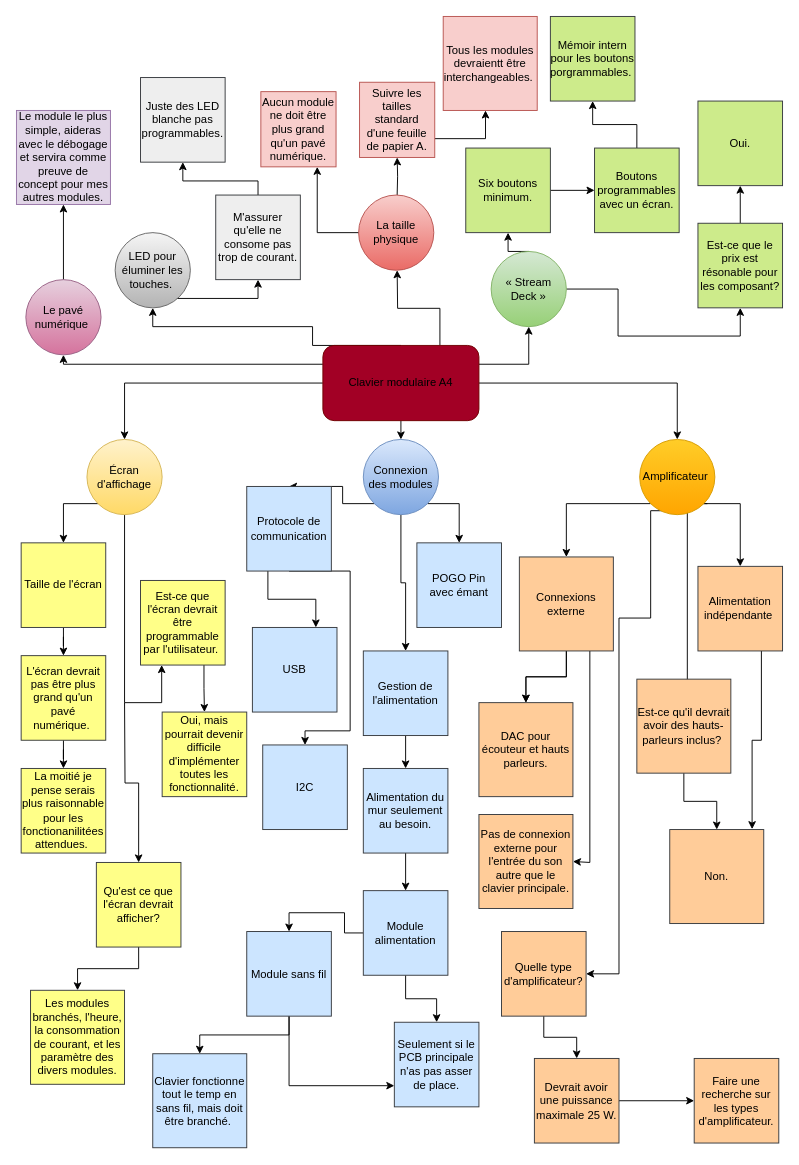
Before: A4.drawio in McJorts/Devoir, a draw.io diagram. Source tidied: cells renumbered, new cells numbered last; positions are measured from the earlier drawing's top-left corner, leaving out a move shared by most shapes. Both pictures are drawn from the tidied source at 94%, with x=0, y=0 at pixel (16, 16).
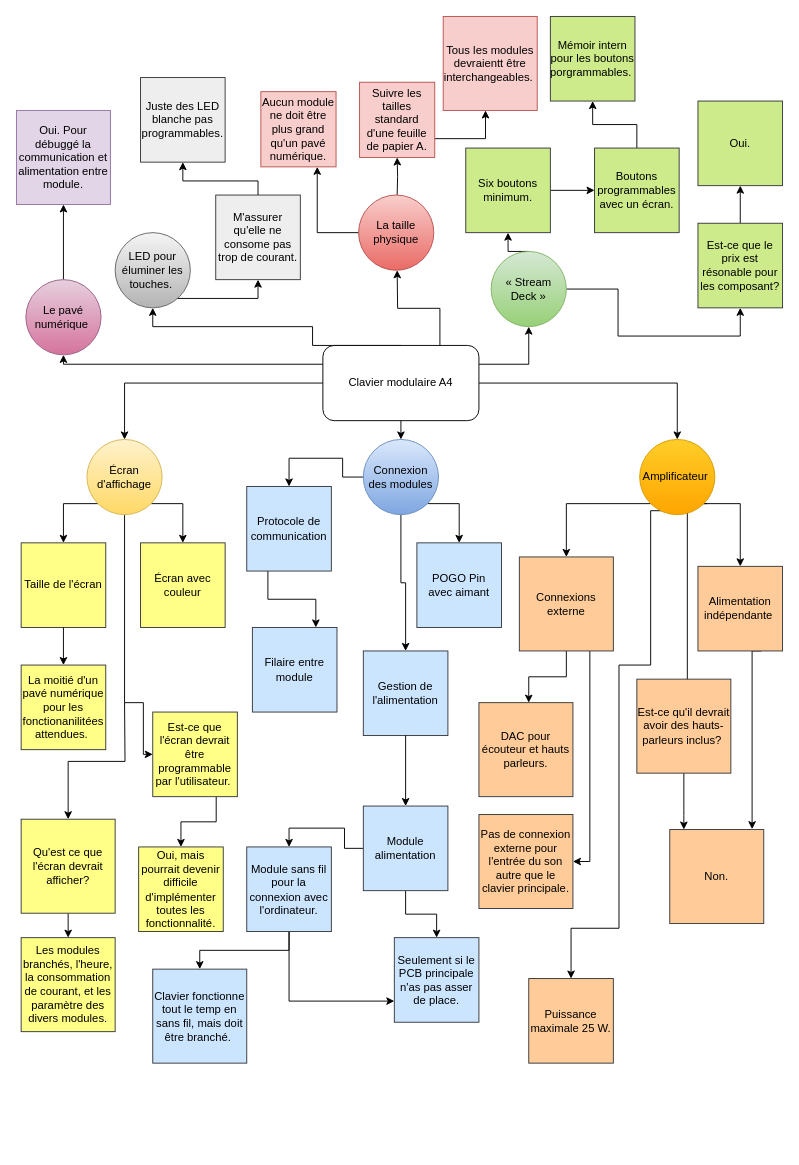
Above is the later version.

Commit message:
Mettre à jour A4.drawio

The change refers to these unchanged cells:
```xml
<mxCell id="4" value="Écran d'affichage" style="ellipse;whiteSpace=wrap;html=1;shapeInside=1;fillColor=#fff2cc;strokeColor=#d6b656;gradientColor=#ffd966;" parent="1" vertex="1">
  <mxGeometry x="75" y="450" width="80" height="80" as="geometry" />
</mxCell>
<mxCell id="10" value="Connexion des modules" style="ellipse;whiteSpace=wrap;html=1;shapeInside=1;fillColor=#dae8fc;strokeColor=#6c8ebf;gradientColor=#7ea6e0;" parent="1" vertex="1">
  <mxGeometry x="369" y="450" width="80" height="80" as="geometry" />
</mxCell>
<mxCell id="18" value="Amplificateur&amp;nbsp;" style="ellipse;whiteSpace=wrap;html=1;shapeInside=1;fillColor=#ffcd28;strokeColor=#d79b00;gradientColor=#ffa500;" parent="1" vertex="1">
  <mxGeometry x="663" y="450" width="80" height="80" as="geometry" />
</mxCell>
<mxCell id="30" value="&lt;div&gt;&lt;span style=&quot;background-color: transparent; color: light-dark(rgb(0, 0, 0), rgb(255, 255, 255));&quot;&gt;Taille de l'écran&lt;/span&gt;&lt;/div&gt;" style="whiteSpace=wrap;html=1;fillColor=#ffff88;strokeColor=#36393d;" parent="1" vertex="1">
  <mxGeometry x="5" y="560" width="90" height="90" as="geometry" />
</mxCell>
<mxCell id="33" value="Protocole de communication" style="whiteSpace=wrap;html=1;fillColor=#cce5ff;strokeColor=#36393d;" parent="1" vertex="1">
  <mxGeometry x="245" y="500" width="90" height="90" as="geometry" />
</mxCell>
<mxCell id="36" value="Gestion de l'alimentation" style="whiteSpace=wrap;html=1;fillColor=#cce5ff;strokeColor=#36393d;" parent="1" vertex="1">
  <mxGeometry x="369" y="675" width="90" height="90" as="geometry" />
</mxCell>
<mxCell id="40" value="Alimentation indépendante&amp;nbsp;" style="whiteSpace=wrap;html=1;fillColor=#ffcc99;strokeColor=#36393d;" parent="1" vertex="1">
  <mxGeometry x="725" y="585" width="90" height="90" as="geometry" />
</mxCell>
<mxCell id="44" value="Connexions externe" style="whiteSpace=wrap;html=1;fillColor=#ffcc99;strokeColor=#36393d;" parent="1" vertex="1">
  <mxGeometry x="535" y="575" width="100" height="100" as="geometry" />
</mxCell>
<mxCell id="49" value="Est-ce qu'il devrait avoir des hauts-parleurs inclus?&amp;nbsp;" style="whiteSpace=wrap;html=1;fillColor=#ffcc99;strokeColor=#36393d;" parent="1" vertex="1">
  <mxGeometry x="660" y="705" width="100" height="100" as="geometry" />
</mxCell>
<mxCell id="81" value="DAC pour écouteur et hauts parleurs." style="whiteSpace=wrap;html=1;fillColor=#ffcc99;strokeColor=#36393d;" parent="1" vertex="1">
  <mxGeometry x="492" y="730" width="100" height="100" as="geometry" />
</mxCell>
<mxCell id="82" value="Non." style="whiteSpace=wrap;html=1;fillColor=#ffcc99;strokeColor=#36393d;" parent="1" vertex="1">
  <mxGeometry x="695" y="865" width="100" height="100" as="geometry" />
</mxCell>
<mxCell id="83" value="Pas de connexion externe pour l'entrée du son autre que le clavier principale." style="whiteSpace=wrap;html=1;fillColor=#ffcc99;strokeColor=#36393d;" parent="1" vertex="1">
  <mxGeometry x="492" y="849" width="100" height="100" as="geometry" />
</mxCell>
```

What changed in the source:
```diff
@@
-    <mxCell id="3" style="edgeStyle=orthogonalEdgeStyle;rounded=0;jettySize=auto;html=1;exitX=0.5;exitY=1;exitDx=0;exitDy=0;entryX=0.25;entryY=1;entryDx=0;entryDy=0;" parent="1" edge="1" source="4" target="28">
+    <mxCell id="3" style="edgeStyle=orthogonalEdgeStyle;rounded=0;jettySize=auto;html=1;exitX=0.5;exitY=1;exitDx=0;exitDy=0;entryX=0;entryY=0.5;entryDx=0;entryDy=0;" parent="1" edge="1" source="4" target="28">
       <mxGeometry relative="1" as="geometry">
         <Array as="points">
           <mxPoint x="115" y="730" />
-          <mxPoint x="154.5" y="730" />
+          <mxPoint x="135" y="730" />
+          <mxPoint x="135" y="785" />
         </Array>
       </mxGeometry>
     </mxCell>
+    <mxCell id="94" style="edgeStyle=orthogonalEdgeStyle;rounded=0;jettySize=auto;html=1;exitX=1;exitY=1;exitDx=0;exitDy=0;" parent="1" edge="1" source="4" target="95">
+      <mxGeometry relative="1" as="geometry">
+        <Array as="points">
+          <mxPoint x="177" y="518.3" />
+        </Array>
+      </mxGeometry>
+    </mxCell>
@@
     <mxCell id="7" style="edgeStyle=orthogonalEdgeStyle;rounded=0;jettySize=auto;html=1;exitX=0;exitY=1;exitDx=0;exitDy=0;entryX=0.5;entryY=0;entryDx=0;entryDy=0;" parent="1" edge="1" source="10" target="33">
       <mxGeometry relative="1" as="geometry">
         <Array as="points">
-          <mxPoint x="347" y="518.3" />
+          <mxPoint x="380.7" y="490" />
+          <mxPoint x="347" y="490" />
+          <mxPoint x="347" y="470" />
+          <mxPoint x="290" y="470" />
         </Array>
       </mxGeometry>
     </mxCell>
@@
-    <mxCell id="16" style="edgeStyle=orthogonalEdgeStyle;rounded=0;jettySize=auto;html=1;exitX=0.327;exitY=0.948;exitDx=0;exitDy=0;exitPerimeter=0;" parent="1" edge="1" source="18" target="38">
+    <mxCell id="16" style="edgeStyle=orthogonalEdgeStyle;rounded=0;jettySize=auto;html=1;exitX=0.327;exitY=0.948;exitDx=0;exitDy=0;exitPerimeter=0;entryX=0.5;entryY=0;entryDx=0;entryDy=0;" parent="1" edge="1" source="18" target="92">
       <mxGeometry relative="1" as="geometry">
         <Array as="points">
           <mxPoint x="674.7" y="525.8" />
-          <mxPoint x="674.7" y="640" />
-          <mxPoint x="641" y="640" />
+          <mxPoint x="674.7" y="690" />
+          <mxPoint x="641" y="690" />
+          <mxPoint x="641" y="970" />
+          <mxPoint x="590" y="970" />
         </Array>
       </mxGeometry>
     </mxCell>
@@
-    <mxCell id="26" value="&lt;div&gt;&lt;span style=&quot;background-color: transparent; color: light-dark(rgb(0, 0, 0), rgb(255, 255, 255));&quot;&gt;Clavier modulaire A4&lt;/span&gt;&lt;/div&gt;" style="rounded=1;whiteSpace=wrap;html=1;fillColor=#a20025;fontColor=#ffffff;strokeColor=#6F0000;" parent="1" vertex="1">
+    <mxCell id="26" value="&lt;div&gt;&lt;span style=&quot;background-color: transparent; color: light-dark(rgb(0, 0, 0), rgb(255, 255, 255));&quot;&gt;Clavier modulaire A4&lt;/span&gt;&lt;/div&gt;" style="rounded=1;whiteSpace=wrap;html=1;" parent="1" vertex="1">
       <mxGeometry x="326" y="350" width="166" height="80" as="geometry" />
     </mxCell>
@@
     <mxCell id="28" value="&lt;div&gt;&lt;span style=&quot;background-color: transparent; color: light-dark(rgb(0, 0, 0), rgb(255, 255, 255));&quot;&gt;Est-ce que l'écran devrait être programmable par l'utilisateur.&amp;nbsp;&lt;/span&gt;&lt;/div&gt;" style="whiteSpace=wrap;html=1;fillColor=#ffff88;strokeColor=#36393d;" parent="1" vertex="1">
-      <mxGeometry x="132" y="600" width="90" height="90" as="geometry" />
+      <mxGeometry x="145" y="740" width="90" height="90" as="geometry" />
     </mxCell>
-    <mxCell id="29" style="edgeStyle=orthogonalEdgeStyle;rounded=0;jettySize=auto;html=1;" parent="1" edge="1" source="30" target="67">
-      <mxGeometry relative="1" as="geometry" />
-    </mxCell>
@@
-    <mxCell id="32" style="edgeStyle=orthogonalEdgeStyle;rounded=0;jettySize=auto;html=1;exitX=0.5;exitY=1;exitDx=0;exitDy=0;entryX=0.5;entryY=0;entryDx=0;entryDy=0;" parent="1" edge="1" source="33" target="71">
-      <mxGeometry relative="1" as="geometry">
-        <Array as="points">
-          <mxPoint x="355" y="590" />
-          <mxPoint x="355" y="760" />
-          <mxPoint x="307" y="760" />
-        </Array>
-      </mxGeometry>
-    </mxCell>
@@
-    <mxCell id="34" value="POGO Pin&lt;div&gt;avec émant&lt;/div&gt;" style="whiteSpace=wrap;html=1;fillColor=#cce5ff;strokeColor=#36393d;" parent="1" vertex="1">
+    <mxCell id="34" value="POGO Pin&lt;div&gt;avec aimant&lt;/div&gt;" style="whiteSpace=wrap;html=1;fillColor=#cce5ff;strokeColor=#36393d;" parent="1" vertex="1">
       <mxGeometry x="426" y="560" width="90" height="90" as="geometry" />
     </mxCell>
-    <mxCell id="35" style="edgeStyle=orthogonalEdgeStyle;rounded=0;jettySize=auto;html=1;exitX=0.5;exitY=1;exitDx=0;exitDy=0;entryX=0.5;entryY=0;entryDx=0;entryDy=0;" parent="1" edge="1" source="36" target="51">
-      <mxGeometry relative="1" as="geometry" />
-    </mxCell>
@@
-    <mxCell id="37" style="edgeStyle=orthogonalEdgeStyle;rounded=0;jettySize=auto;html=1;" parent="1" edge="1" source="38" target="92">
-      <mxGeometry relative="1" as="geometry" />
-    </mxCell>
-    <mxCell id="38" value="Quelle type d'amplificateur?" style="whiteSpace=wrap;html=1;fillColor=#ffcc99;strokeColor=#36393d;" parent="1" vertex="1">
-      <mxGeometry x="516" y="973.5" width="90" height="90" as="geometry" />
-    </mxCell>
     <mxCell id="39" style="edgeStyle=orthogonalEdgeStyle;rounded=0;jettySize=auto;html=1;exitX=0.75;exitY=1;exitDx=0;exitDy=0;entryX=0.876;entryY=-0.004;entryDx=0;entryDy=0;entryPerimeter=0;" parent="1" edge="1" source="40" target="82">
-      <mxGeometry relative="1" as="geometry" />
+      <mxGeometry relative="1" as="geometry">
+        <Array as="points">
+          <mxPoint x="782.6" y="675" />
+        </Array>
+      </mxGeometry>
     </mxCell>
@@
     <mxCell id="41" style="edgeStyle=orthogonalEdgeStyle;rounded=0;jettySize=auto;html=1;" parent="1" edge="1" source="44" target="81">
-      <mxGeometry relative="1" as="geometry" />
+      <mxGeometry relative="1" as="geometry">
+        <Array as="points">
+          <mxPoint x="585" y="702.5" />
+          <mxPoint x="545" y="702.5" />
+        </Array>
+      </mxGeometry>
     </mxCell>
-    <mxCell id="42" style="edgeStyle=orthogonalEdgeStyle;rounded=0;jettySize=auto;html=1;" parent="1" edge="1" source="44" target="81">
-      <mxGeometry relative="1" as="geometry" />
-    </mxCell>
     <mxCell id="43" style="edgeStyle=orthogonalEdgeStyle;rounded=0;jettySize=auto;html=1;exitX=0.75;exitY=1;exitDx=0;exitDy=0;entryX=1;entryY=0.5;entryDx=0;entryDy=0;" parent="1" edge="1" source="44" target="83">
       <mxGeometry relative="1" as="geometry">
         <Array as="points">
-          <mxPoint x="610" y="900" />
+          <mxPoint x="610" y="899" />
         </Array>
       </mxGeometry>
     </mxCell>
@@
-    <mxCell id="47" value="Le module le plus simple, aideras avec le&amp;nbsp;débogage et servira comme preuve de concept pour mes autres modules." style="whiteSpace=wrap;html=1;fillColor=#e1d5e7;strokeColor=#9673a6;" parent="1" vertex="1">
+    <mxCell id="47" value="Oui. Pour débuggé la communication et alimentation entre module." style="whiteSpace=wrap;html=1;fillColor=#e1d5e7;strokeColor=#9673a6;" parent="1" vertex="1">
       <mxGeometry y="100" width="100" height="100" as="geometry" />
     </mxCell>
     <mxCell id="48" style="edgeStyle=orthogonalEdgeStyle;rounded=0;jettySize=auto;html=1;" parent="1" edge="1" source="49" target="82">
-      <mxGeometry relative="1" as="geometry" />
+      <mxGeometry relative="1" as="geometry">
+        <Array as="points">
+          <mxPoint x="710" y="850" />
+          <mxPoint x="710" y="850" />
+        </Array>
+      </mxGeometry>
     </mxCell>
@@
-    <mxCell id="50" style="edgeStyle=orthogonalEdgeStyle;rounded=0;jettySize=auto;html=1;entryX=0.5;entryY=0;entryDx=0;entryDy=0;" parent="1" edge="1" source="51" target="65">
+    <mxCell id="50" style="edgeStyle=orthogonalEdgeStyle;rounded=0;jettySize=auto;html=1;entryX=0.5;entryY=0;entryDx=0;entryDy=0;exitX=0.5;exitY=1;exitDx=0;exitDy=0;" parent="1" edge="1" source="36" target="65">
       <mxGeometry relative="1" as="geometry" />
     </mxCell>
-    <mxCell id="51" value="Alimentation du mur seulement au besoin." style="whiteSpace=wrap;html=1;fillColor=#cce5ff;strokeColor=#36393d;" parent="1" vertex="1">
-      <mxGeometry x="369" y="800" width="90" height="90" as="geometry" />
-    </mxCell>
@@
     <mxCell id="56" style="edgeStyle=orthogonalEdgeStyle;rounded=0;jettySize=auto;html=1;" parent="1" edge="1" source="57" target="62">
-      <mxGeometry relative="1" as="geometry" />
+      <mxGeometry relative="1" as="geometry">
+        <Array as="points">
+          <mxPoint x="55" y="960" />
+          <mxPoint x="55" y="960" />
+        </Array>
+      </mxGeometry>
     </mxCell>
     <mxCell id="57" value="Qu'est ce que l'écran devrait afficher?" style="whiteSpace=wrap;html=1;fillColor=#ffff88;strokeColor=#36393d;" parent="1" vertex="1">
-      <mxGeometry x="85" y="900" width="90" height="90" as="geometry" />
+      <mxGeometry x="5" y="854" width="100" height="100" as="geometry" />
     </mxCell>
@@
     <mxCell id="62" value="Les modules branchés, l'heure, la consommation de courant, et les paramètre des divers modules." style="whiteSpace=wrap;html=1;fillColor=#ffff88;strokeColor=#36393d;" parent="1" vertex="1">
-      <mxGeometry x="15" y="1036" width="100" height="100" as="geometry" />
+      <mxGeometry x="5" y="980" width="100" height="100" as="geometry" />
     </mxCell>
@@
     <mxCell id="65" value="Module alimentation" style="whiteSpace=wrap;html=1;fillColor=#cce5ff;strokeColor=#36393d;" parent="1" vertex="1">
-      <mxGeometry x="369" y="930" width="90" height="90" as="geometry" />
+      <mxGeometry x="369" y="840" width="90" height="90" as="geometry" />
     </mxCell>
-    <mxCell id="66" style="edgeStyle=orthogonalEdgeStyle;rounded=0;jettySize=auto;html=1;" parent="1" edge="1" source="67" target="79">
+    <mxCell id="66" style="edgeStyle=orthogonalEdgeStyle;rounded=0;jettySize=auto;html=1;exitX=0.5;exitY=1;exitDx=0;exitDy=0;" parent="1" edge="1" source="30" target="79">
       <mxGeometry relative="1" as="geometry" />
     </mxCell>
-    <mxCell id="67" value="L'écran devrait pas être plus grand qu'un pavé numérique.&amp;nbsp;" style="whiteSpace=wrap;html=1;fillColor=#ffff88;strokeColor=#36393d;" parent="1" vertex="1">
-      <mxGeometry x="5" y="680" width="90" height="90" as="geometry" />
-    </mxCell>
     <mxCell id="68" value="Oui, mais pourrait devenir difficile d'implémenter toutes les fonctionnalité." style="whiteSpace=wrap;html=1;fillColor=#ffff88;strokeColor=#36393d;" parent="1" vertex="1">
-      <mxGeometry x="155" y="740" width="90" height="90" as="geometry" />
+      <mxGeometry x="130" y="883.5" width="90" height="90" as="geometry" />
     </mxCell>
     <mxCell id="69" value="Seulement si le PCB principale n'as pas asser de place." style="whiteSpace=wrap;html=1;fillColor=#cce5ff;strokeColor=#36393d;" parent="1" vertex="1">
-      <mxGeometry x="402" y="1070" width="90" height="90" as="geometry" />
+      <mxGeometry x="402" y="980" width="90" height="90" as="geometry" />
     </mxCell>
-    <mxCell id="70" value="USB" style="whiteSpace=wrap;html=1;fillColor=#cce5ff;strokeColor=#36393d;" parent="1" vertex="1">
+    <mxCell id="70" value="Filaire entre module" style="whiteSpace=wrap;html=1;fillColor=#cce5ff;strokeColor=#36393d;" parent="1" vertex="1">
       <mxGeometry x="251" y="650" width="90" height="90" as="geometry" />
     </mxCell>
-    <mxCell id="71" value="I2C" style="whiteSpace=wrap;html=1;fillColor=#cce5ff;strokeColor=#36393d;" parent="1" vertex="1">
-      <mxGeometry x="262" y="775" width="90" height="90" as="geometry" />
-    </mxCell>
@@
-    <mxCell id="74" value="Module sans fil" style="whiteSpace=wrap;html=1;fillColor=#cce5ff;strokeColor=#36393d;" parent="1" vertex="1">
-      <mxGeometry x="245" y="973.5" width="90" height="90" as="geometry" />
+    <mxCell id="74" value="Module sans fil&lt;div&gt;pour la connexion avec l'ordinateur.&lt;/div&gt;" style="whiteSpace=wrap;html=1;fillColor=#cce5ff;strokeColor=#36393d;" parent="1" vertex="1">
+      <mxGeometry x="245" y="883.5" width="90" height="90" as="geometry" />
     </mxCell>
@@
-    <mxCell id="79" value="La moitié je pense serais plus raisonnable pour les fonctionanilitées attendues.&amp;nbsp;" style="whiteSpace=wrap;html=1;fillColor=#ffff88;strokeColor=#36393d;" parent="1" vertex="1">
-      <mxGeometry x="5" y="800" width="90" height="90" as="geometry" />
+    <mxCell id="79" value="La moitié d'un pavé numérique pour les fonctionanilitées attendues.&amp;nbsp;" style="whiteSpace=wrap;html=1;fillColor=#ffff88;strokeColor=#36393d;" parent="1" vertex="1">
+      <mxGeometry x="5" y="690" width="90" height="90" as="geometry" />
     </mxCell>
@@
     <mxCell id="90" value="Clavier fonctionne tout le temp en sans fil, mais doit être branché.&amp;nbsp;" style="whiteSpace=wrap;html=1;fillColor=#cce5ff;strokeColor=#36393d;" parent="1" vertex="1">
-      <mxGeometry x="145" y="1103.5" width="100" height="100" as="geometry" />
+      <mxGeometry x="145" y="1013.5" width="100" height="100" as="geometry" />
     </mxCell>
-    <mxCell id="91" style="edgeStyle=orthogonalEdgeStyle;rounded=0;jettySize=auto;html=1;" parent="1" edge="1" source="92" target="93">
-      <mxGeometry relative="1" as="geometry" />
-    </mxCell>
-    <mxCell id="92" value="Devrait avoir une puissance maximale 25 W." style="whiteSpace=wrap;html=1;fillColor=#ffcc99;strokeColor=#36393d;" parent="1" vertex="1">
-      <mxGeometry x="551" y="1108.5" width="90" height="90" as="geometry" />
+    <mxCell id="92" value="Puissance maximale 25 W." style="whiteSpace=wrap;html=1;fillColor=#ffcc99;strokeColor=#36393d;" parent="1" vertex="1">
+      <mxGeometry x="545" y="1023.5" width="90" height="90" as="geometry" />
     </mxCell>
-    <mxCell id="93" value="Faire une recherche sur les types d'amplificateur." style="whiteSpace=wrap;html=1;fillColor=#ffcc99;strokeColor=#36393d;" parent="1" vertex="1">
-      <mxGeometry x="721" y="1108.5" width="90" height="90" as="geometry" />
-    </mxCell>
+    <mxCell id="95" value="Écran avec couleur" style="whiteSpace=wrap;html=1;fillColor=#ffff88;strokeColor=#36393d;" parent="1" vertex="1">
+      <mxGeometry x="132" y="560" width="90" height="90" as="geometry" />
+    </mxCell>
```
